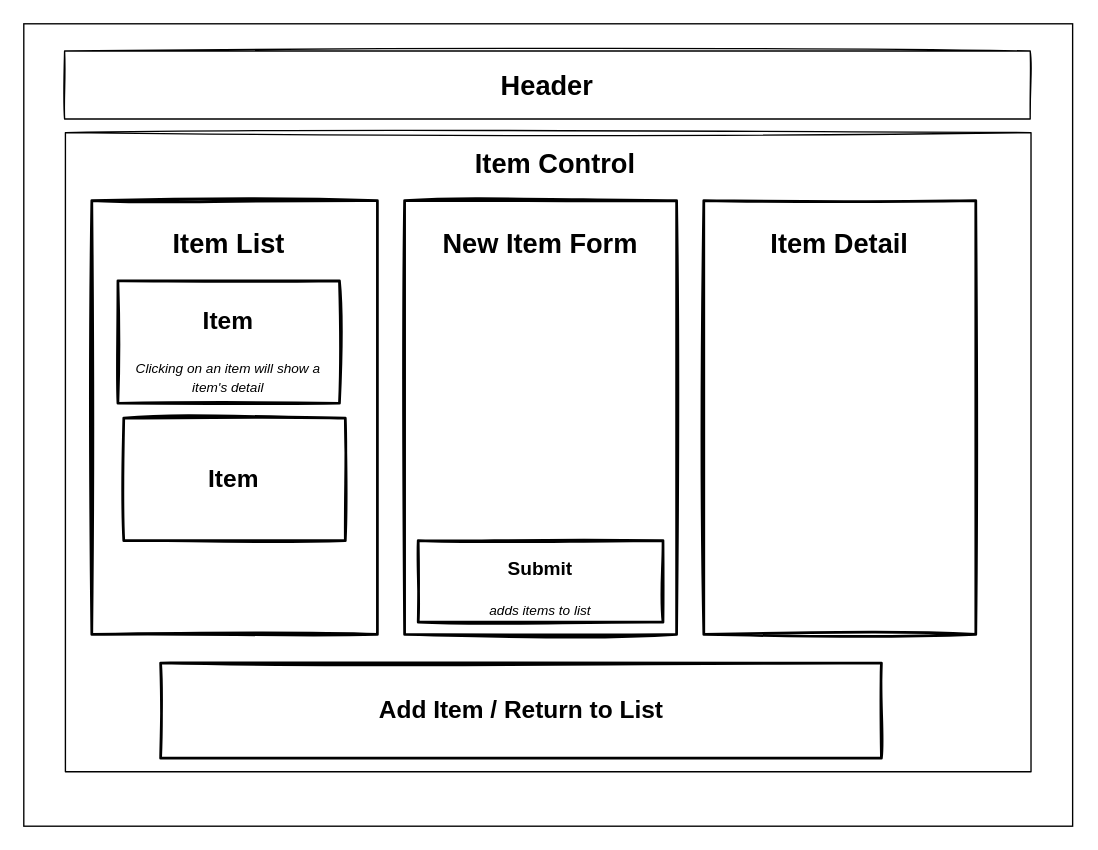
This is img/merch site.drawio from fc-dogan/merch-site, a draw.io file, before an edit. Source tidied: cells renumbered, new cells numbered last; positions are measured from the earlier drawing's top-left corner, leaving out a move shared by most shapes. Both pictures are drawn from the tidied source at 136%, with x=0, y=0 at pixel (23, 23).
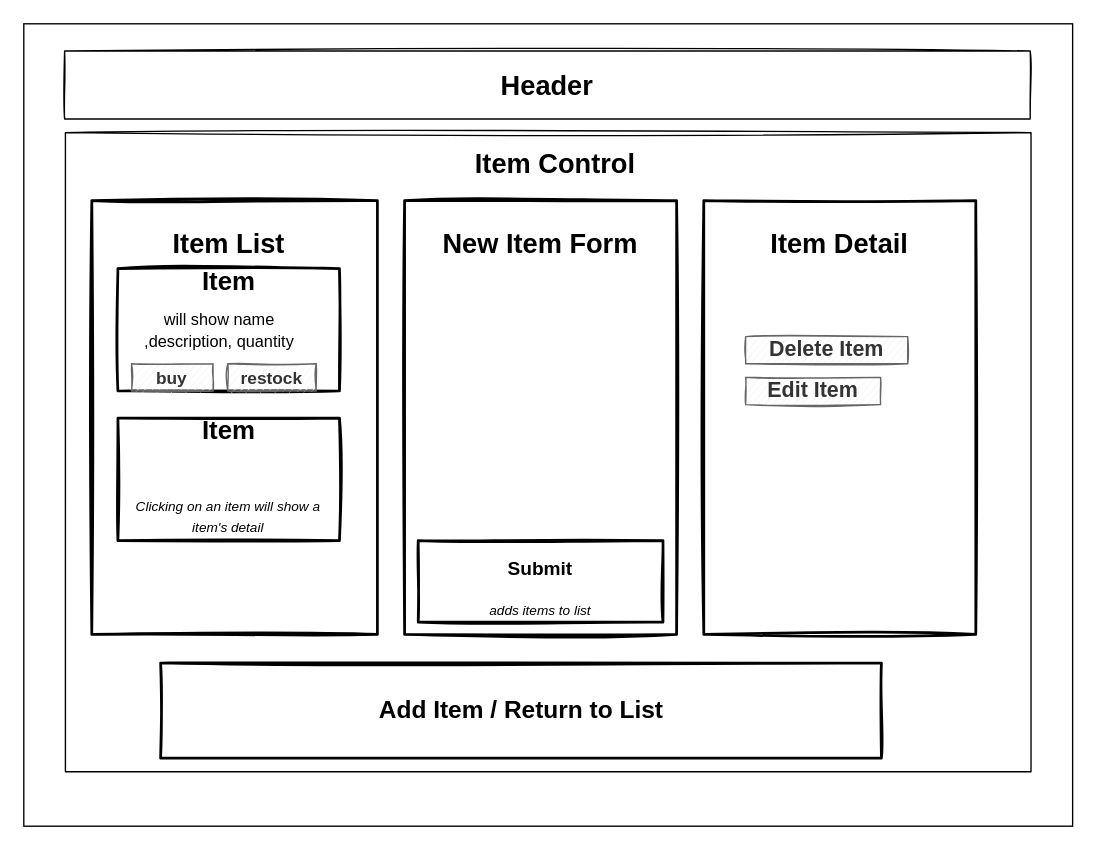
The same page after the edit.

The change refers to these unchanged cells:
```xml
<mxCell id="11" style="group;" parent="1" vertex="1">
  <mxGeometry x="500" y="130" width="200" height="319" as="geometry" />
</mxCell>
```

What changed in the source:
```diff
@@
+    <mxCell id="20" value="&lt;h5&gt;Delete Item&lt;/h5&gt;" style="text;html=1;align=center;verticalAlign=middle;whiteSpace=wrap;rounded=0;sketch=1;fontSize=19;fillColor=#f5f5f5;strokeColor=#666666;fontColor=#333333;" parent="11" vertex="1">
+      <mxGeometry x="30.8" y="100" width="119.2" height="20" as="geometry" />
+    </mxCell>
+    <mxCell id="21" value="&lt;h5&gt;Edit Item&lt;/h5&gt;" style="text;html=1;strokeColor=#666666;fillColor=#f5f5f5;align=center;verticalAlign=middle;whiteSpace=wrap;rounded=0;sketch=1;fontSize=19;fontColor=#333333;" parent="11" vertex="1">
+      <mxGeometry x="30.8" y="130" width="99.2" height="20" as="geometry" />
+    </mxCell>
-    <mxCell id="14" style="group;" parent="1" vertex="1">
+    <mxCell id="14" style="group;verticalAlign=bottom;" parent="1" vertex="1">
       <mxGeometry x="50" y="130" width="210" height="319" as="geometry" />
     </mxCell>
@@
+    <mxCell id="22" style="group;" parent="14" vertex="1">
+      <mxGeometry x="19.2" y="50" width="162.9" height="90" as="geometry" />
+    </mxCell>
+    <mxCell id="18" value="&lt;h2&gt;&lt;br&gt;&lt;/h2&gt;" style="whiteSpace=wrap;html=1;strokeWidth=2;fillColor=swimlane;fontStyle=1;spacingTop=0;rounded=0;arcSize=9;sketch=1;fontFamily=Permanent Marker;hachureGap=8;fillWeight=1;" parent="22" vertex="1">
+      <mxGeometry width="162.9" height="90" as="geometry" />
+    </mxCell>
+    <mxCell id="23" value="&lt;h6&gt;&lt;span style=&quot;font-weight: normal&quot;&gt;&lt;font style=&quot;font-size: 12px&quot;&gt;will show name ,description, quantity&lt;/font&gt;&lt;/span&gt;&lt;/h6&gt;" style="text;html=1;align=center;verticalAlign=middle;whiteSpace=wrap;rounded=0;sketch=1;fontSize=19;" parent="22" vertex="1">
+      <mxGeometry x="10" y="35" width="130" height="20" as="geometry" />
+    </mxCell>
+    <mxCell id="24" value="&lt;h6&gt;restock&lt;/h6&gt;" style="text;html=1;strokeColor=#666666;fillColor=#f5f5f5;align=center;verticalAlign=middle;whiteSpace=wrap;rounded=0;sketch=1;fontSize=19;fontColor=#333333;" parent="22" vertex="1">
+      <mxGeometry x="80.8" y="70" width="65" height="20" as="geometry" />
+    </mxCell>
+    <mxCell id="25" value="&lt;h6&gt;buy&lt;/h6&gt;" style="text;html=1;strokeColor=#666666;fillColor=#f5f5f5;align=center;verticalAlign=middle;whiteSpace=wrap;rounded=0;sketch=1;fontSize=19;fontColor=#333333;" parent="22" vertex="1">
+      <mxGeometry x="10" y="70" width="60" height="20" as="geometry" />
+    </mxCell>
+    <mxCell id="26" value="&lt;h4 style=&quot;font-family: &amp;#34;permanent marker&amp;#34;&quot;&gt;Item&lt;/h4&gt;" style="text;html=1;strokeColor=none;fillColor=none;align=center;verticalAlign=middle;whiteSpace=wrap;rounded=0;sketch=1;fontSize=19;" parent="22" vertex="1">
+      <mxGeometry x="61.5" width="40" height="20" as="geometry" />
+    </mxCell>
+    <mxCell id="27" style="group;" parent="14" vertex="1">
+      <mxGeometry x="19.2" y="160" width="162.9" height="90" as="geometry" />
+    </mxCell>
-    <mxCell id="17" value="&lt;h2&gt;Item&lt;/h2&gt;&lt;span style=&quot;font-size: 10px ; font-weight: 400&quot;&gt;&lt;i&gt;Clicking on an item will show a item's detail&lt;/i&gt;&lt;/span&gt;" style="whiteSpace=wrap;html=1;strokeWidth=2;fillColor=swimlane;fontStyle=1;spacingTop=0;rounded=0;arcSize=9;sketch=1;fontFamily=Permanent Marker;hachureGap=8;fillWeight=1;" parent="14" vertex="1">
-      <mxGeometry x="19.2" y="59" width="162.9" height="90" as="geometry" />
+    <mxCell id="17" value="&lt;h2&gt;&lt;br&gt;&lt;/h2&gt;&lt;span style=&quot;font-size: 10px ; font-weight: 400&quot;&gt;&lt;i&gt;Clicking on an item will show a item's detail&lt;/i&gt;&lt;/span&gt;" style="whiteSpace=wrap;html=1;strokeWidth=2;fillColor=swimlane;fontStyle=1;spacingTop=0;rounded=0;arcSize=9;sketch=1;fontFamily=Permanent Marker;hachureGap=8;fillWeight=1;verticalAlign=top;" parent="27" vertex="1">
+      <mxGeometry width="162.9" height="90" as="geometry" />
     </mxCell>
-    <mxCell id="18" value="&lt;h2&gt;Item&lt;/h2&gt;" style="whiteSpace=wrap;html=1;strokeWidth=2;fillColor=swimlane;fontStyle=1;spacingTop=0;rounded=0;arcSize=9;sketch=1;fontFamily=Permanent Marker;hachureGap=8;fillWeight=1;" parent="14" vertex="1">
-      <mxGeometry x="23.5" y="160" width="162.9" height="90" as="geometry" />
-    </mxCell>
+    <mxCell id="28" value="&lt;h4 style=&quot;font-family: &amp;#34;permanent marker&amp;#34;&quot;&gt;Item&lt;/h4&gt;" style="text;html=1;strokeColor=none;fillColor=none;align=center;verticalAlign=middle;whiteSpace=wrap;rounded=0;sketch=1;fontSize=19;" parent="27" vertex="1">
+      <mxGeometry x="61.5" width="40" height="20" as="geometry" />
+    </mxCell>
```
